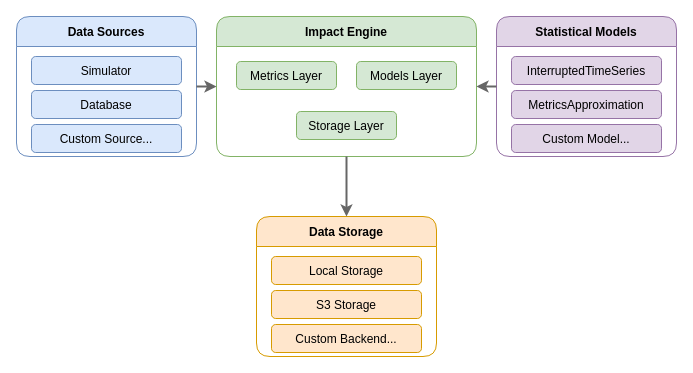
This is showcase/diagrams/overview.drawio from eisenhauerIO/tools-impact-engine-measure, a draw.io file, before an edit. Source tidied: cells renumbered, new cells numbered last; positions are measured from the earlier drawing's top-left corner, leaving out a move shared by most shapes. Both pictures are drawn from the tidied source at 100%, with x=0, y=0 at pixel (16, 16).
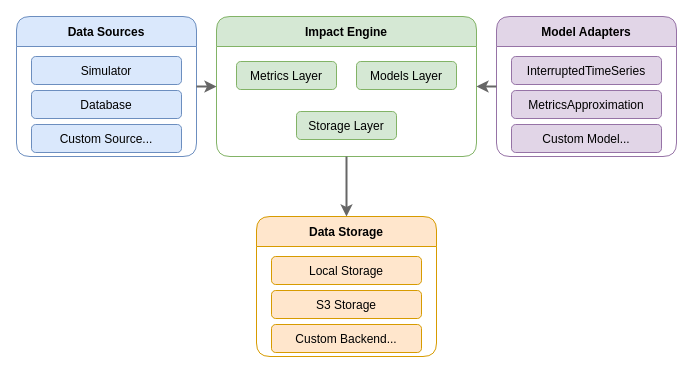
Above is the later version.

Change to the diagram source:
```diff
@@
-    <mxCell id="10" value="Statistical Models" style="swimlane;startSize=30;fillColor=#e1d5e7;strokeColor=#9673a6;rounded=1;fontSize=12;" parent="1" vertex="1">
+    <mxCell id="10" value="Model Adapters" style="swimlane;startSize=30;fillColor=#e1d5e7;strokeColor=#9673a6;rounded=1;fontSize=12;" parent="1" vertex="1">
       <mxGeometry x="480" width="180" height="140" as="geometry" />
     </mxCell>
```
